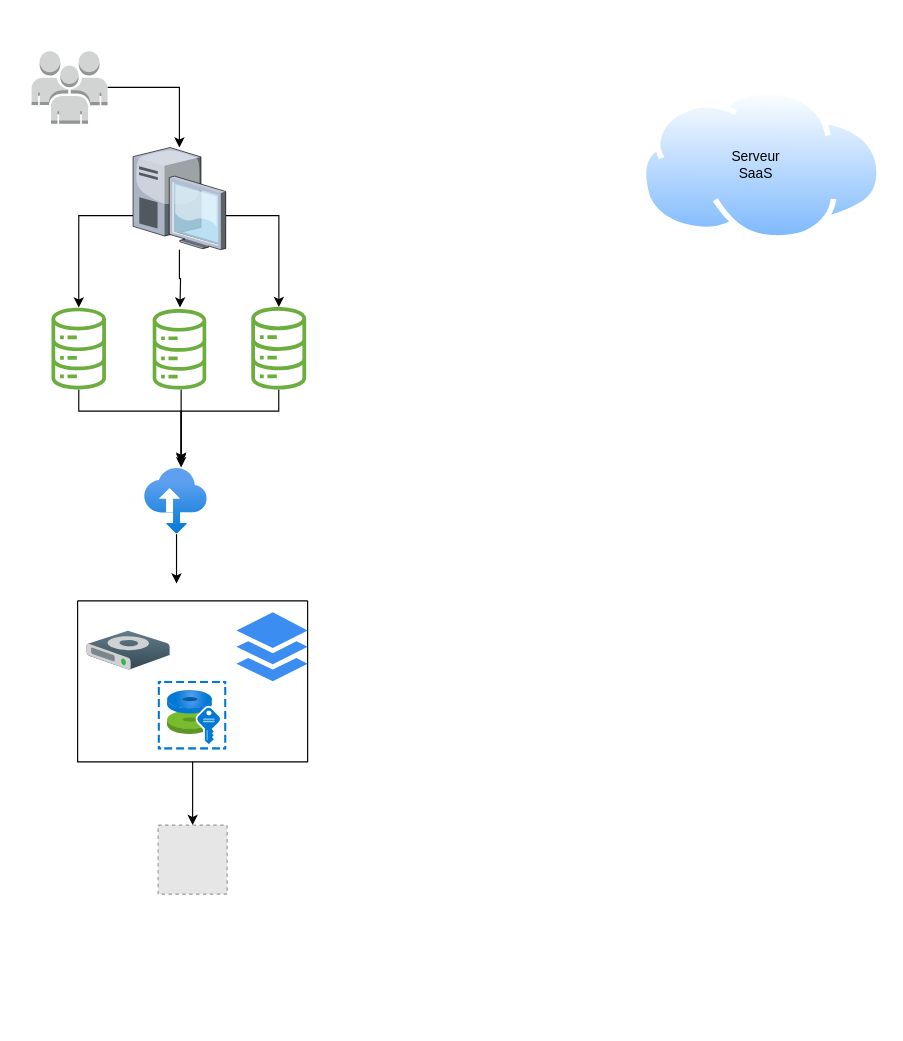
amalgum/swagger-ui keeps this draw.io diagram as Untitled Diagram.drawio. Above is the earlier version. Source tidied: cells renumbered, new cells numbered last; positions are measured from the earlier drawing's top-left corner, leaving out a move shared by most shapes. Both pictures are drawn from the tidied source at 115%, with x=0, y=0 at pixel (31, 51). Pictures stored in the file or linked from it are replaced by grey dashed boxes.
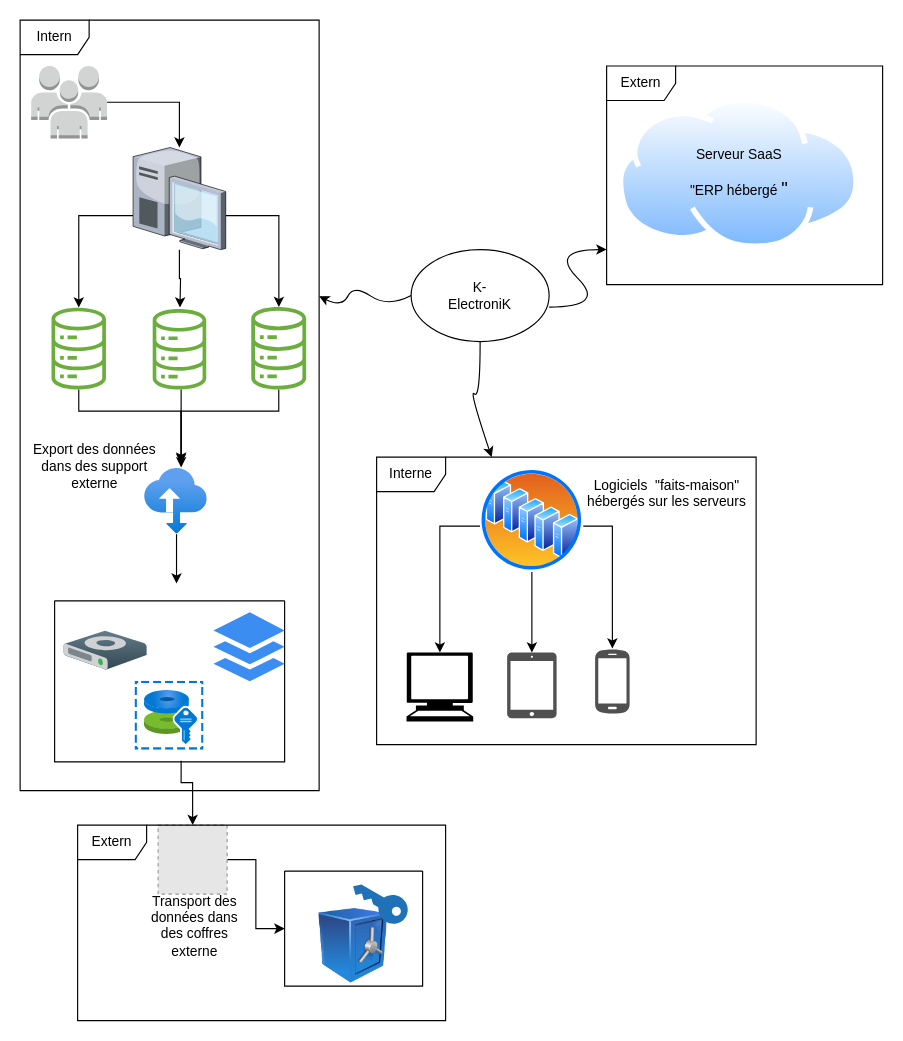
After the change.

The change refers to these unchanged cells:
```xml
<mxCell id="23" style="fillColor=#E6E6E6;strokeColor=#999999;dashed=1;html=1;verticalAlign=top;verticalLabelPosition=bottom;labelBackgroundColor=#ffffff;" parent="1" vertex="1">
  <mxGeometry x="110" y="673" width="60" height="60" as="geometry" />
</mxCell>
```

What changed in the source:
```diff
@@
     <mxCell id="3" style="outlineConnect=0;dashed=0;verticalLabelPosition=bottom;verticalAlign=top;align=center;html=1;shape=mxgraph.aws3.users;fillColor=#D2D3D3;gradientColor=none;" parent="1" vertex="1">
-      <mxGeometry width="66" height="63" as="geometry" />
+      <mxGeometry x="-0.4" y="12.9" width="66" height="63" as="geometry" />
     </mxCell>
@@
     <mxCell id="16" style="perimeter=ellipsePerimeter;html=1;align=center;shadow=0;dashed=0;spacingTop=3;image;image=img/lib/active_directory/internet_cloud.svg;" parent="1" vertex="1">
-      <mxGeometry x="530" y="33" width="210" height="132.3" as="geometry" />
+      <mxGeometry x="510" y="40.2" width="210" height="132.3" as="geometry" />
     </mxCell>
-    <mxCell id="17" value="Serveur SaaS" style="text;html=1;strokeColor=none;fillColor=none;align=center;verticalAlign=middle;whiteSpace=wrap;rounded=0;" parent="1" vertex="1">
-      <mxGeometry x="600" y="83.8" width="60" height="30" as="geometry" />
+    <mxCell id="17" value="&lt;div&gt;Serveur SaaS&lt;/div&gt;&lt;div&gt;&lt;br&gt;&lt;/div&gt;&lt;div&gt;&quot;ERP hébergé &lt;b style=&quot;font-weight: normal&quot; id=&quot;docs-internal-guid-63392330-7fff-db6f-d3ec-9d7ada13f3ff&quot;&gt;&lt;span style=&quot;font-size: 12pt ; font-family: &amp;#34;arial&amp;#34; ; color: rgb(0 , 0 , 0) ; background-color: transparent ; font-weight: 400 ; font-style: normal ; font-variant: normal ; text-decoration: none ; vertical-align: baseline&quot;&gt;&quot; &lt;/span&gt;&lt;/b&gt; &lt;/div&gt;" style="text;html=1;strokeColor=none;fillColor=none;align=center;verticalAlign=middle;whiteSpace=wrap;rounded=0;" parent="1" vertex="1">
+      <mxGeometry x="567.5" y="91.3" width="95" height="30" as="geometry" />
     </mxCell>
-    <mxCell id="18" style="edgeStyle=orthogonalEdgeStyle;rounded=0;jettySize=auto;html=1;" parent="1" edge="1" source="19" target="23">
-      <mxGeometry relative="1" as="geometry" />
+    <mxCell id="18" style="edgeStyle=orthogonalEdgeStyle;rounded=0;jettySize=auto;html=1;exitX=0.55;exitY=0.993;exitDx=0;exitDy=0;exitPerimeter=0;" parent="1" edge="1" source="19">
+      <mxGeometry relative="1" as="geometry">
+        <mxPoint x="140" y="673" as="targetPoint" />
+        <Array as="points">
+          <mxPoint x="130" y="636" />
+          <mxPoint x="140" y="636" />
+        </Array>
+      </mxGeometry>
     </mxCell>
     <mxCell id="19" style="swimlane;startSize=0;" parent="1" vertex="1">
-      <mxGeometry x="40" y="478" width="200" height="140" as="geometry" />
+      <mxGeometry x="20" y="478" width="200" height="140" as="geometry" />
     </mxCell>
@@
+    <mxCell id="24" style="edgeStyle=orthogonalEdgeStyle;rounded=0;jettySize=auto;html=1;" parent="1" edge="1" source="23" target="25">
+      <mxGeometry relative="1" as="geometry" />
+    </mxCell>
@@
+    <mxCell id="25" style="swimlane;startSize=0;" parent="1" vertex="1">
+      <mxGeometry x="220" y="713" width="120" height="100" as="geometry" />
+    </mxCell>
+    <mxCell id="26" style="image;html=1;image=img/lib/clip_art/finance/Safe_128x128.png;" parent="25" vertex="1">
+      <mxGeometry x="30" y="30" width="60" height="70" as="geometry" />
+    </mxCell>
+    <mxCell id="27" style="sketch=0;shadow=0;dashed=0;html=1;strokeColor=none;labelPosition=center;verticalLabelPosition=bottom;verticalAlign=top;align=center;shape=mxgraph.office.security.key_permissions;fillColor=#2072B8;rotation=120;" parent="25" vertex="1">
+      <mxGeometry x="70" width="25" height="53" as="geometry" />
+    </mxCell>
+    <mxCell id="28" style="ellipse;whiteSpace=wrap;html=1;" parent="1" vertex="1">
+      <mxGeometry x="330" y="172.5" width="120" height="80" as="geometry" />
+    </mxCell>
+    <mxCell id="29" value="K-ElectroniK" style="text;html=1;strokeColor=none;fillColor=none;align=center;verticalAlign=middle;whiteSpace=wrap;rounded=0;" parent="1" vertex="1">
+      <mxGeometry x="360" y="198" width="60" height="30" as="geometry" />
+    </mxCell>
+    <mxCell id="30" style="curved=1;endArrow=classic;html=1;rounded=0;exitX=0;exitY=0.5;exitDx=0;exitDy=0;" parent="1" edge="1" source="28">
+      <mxGeometry relative="1" as="geometry">
+        <mxPoint x="250" y="213" as="targetPoint" />
+        <Array as="points">
+          <mxPoint x="310" y="223" />
+          <mxPoint x="280" y="203" />
+          <mxPoint x="270" y="223" />
+        </Array>
+      </mxGeometry>
+    </mxCell>
+    <mxCell id="31" style="curved=1;endArrow=classic;html=1;rounded=0;" parent="1" edge="1">
+      <mxGeometry relative="1" as="geometry">
+        <mxPoint x="450" y="222.5" as="sourcePoint" />
+        <mxPoint x="500" y="172.5" as="targetPoint" />
+        <Array as="points">
+          <mxPoint x="500" y="222.5" />
+          <mxPoint x="450" y="172.5" />
+        </Array>
+      </mxGeometry>
+    </mxCell>
+    <mxCell id="32" style="curved=1;endArrow=classic;html=1;rounded=0;exitX=0.5;exitY=1;exitDx=0;exitDy=0;" parent="1" edge="1" source="28">
+      <mxGeometry relative="1" as="geometry">
+        <mxPoint x="400" y="353" as="targetPoint" />
+        <Array as="points">
+          <mxPoint x="390" y="303" />
+          <mxPoint x="380" y="293" />
+        </Array>
+      </mxGeometry>
+    </mxCell>
+    <mxCell id="33" style="edgeStyle=orthogonalEdgeStyle;rounded=0;jettySize=auto;html=1;" parent="1" edge="1" source="36" target="37">
+      <mxGeometry relative="1" as="geometry">
+        <Array as="points">
+          <mxPoint x="435" y="503" />
+          <mxPoint x="435" y="503" />
+        </Array>
+      </mxGeometry>
+    </mxCell>
+    <mxCell id="34" style="edgeStyle=orthogonalEdgeStyle;rounded=0;jettySize=auto;html=1;" parent="1" edge="1" source="36" target="38">
+      <mxGeometry relative="1" as="geometry">
+        <Array as="points">
+          <mxPoint x="505" y="413" />
+        </Array>
+      </mxGeometry>
+    </mxCell>
+    <mxCell id="35" style="edgeStyle=orthogonalEdgeStyle;rounded=0;jettySize=auto;html=1;entryX=0.5;entryY=0;entryDx=0;entryDy=0;entryPerimeter=0;" parent="1" edge="1" source="36" target="39">
+      <mxGeometry relative="1" as="geometry">
+        <Array as="points">
+          <mxPoint x="355" y="413" />
+        </Array>
+      </mxGeometry>
+    </mxCell>
+    <mxCell id="36" style="perimeter=ellipsePerimeter;html=1;align=center;shadow=0;dashed=0;spacingTop=3;image;image=img/lib/active_directory/server_farm.svg;" parent="1" vertex="1">
+      <mxGeometry x="390" y="363" width="90" height="90" as="geometry" />
+    </mxCell>
+    <mxCell id="37" style="sketch=0;shadow=0;dashed=0;html=1;strokeColor=none;fillColor=#505050;labelPosition=center;verticalLabelPosition=bottom;verticalAlign=top;outlineConnect=0;align=center;shape=mxgraph.office.devices.ipad_mini;" parent="1" vertex="1">
+      <mxGeometry x="413.5" y="523" width="43" height="57" as="geometry" />
+    </mxCell>
+    <mxCell id="38" style="sketch=0;shadow=0;dashed=0;html=1;strokeColor=none;fillColor=#505050;labelPosition=center;verticalLabelPosition=bottom;verticalAlign=top;outlineConnect=0;align=center;shape=mxgraph.office.devices.cell_phone_android_standalone;" parent="1" vertex="1">
+      <mxGeometry x="490" y="519.5" width="30" height="57" as="geometry" />
+    </mxCell>
+    <mxCell id="39" style="shape=mxgraph.signs.tech.computer;html=1;fillColor=#000000;strokeColor=none;verticalLabelPosition=bottom;verticalAlign=top;align=center;" parent="1" vertex="1">
+      <mxGeometry x="326" y="523" width="58" height="60" as="geometry" />
+    </mxCell>
+    <mxCell id="40" value="&lt;div&gt;Logiciels&amp;nbsp; &quot;faits-maison&quot; hébergés sur les serveurs&lt;/div&gt;&lt;div&gt;&amp;nbsp; &lt;/div&gt;" style="text;html=1;strokeColor=none;fillColor=none;align=center;verticalAlign=middle;whiteSpace=wrap;rounded=0;" parent="1" vertex="1">
+      <mxGeometry x="480" y="376.5" width="145" height="30" as="geometry" />
+    </mxCell>
+    <mxCell id="41" value="&lt;div&gt;Export des données dans des support externe&lt;/div&gt;&lt;div&gt;&lt;br&gt;&lt;/div&gt;&lt;div&gt;&lt;b style=&quot;font-weight: normal&quot; id=&quot;docs-internal-guid-5336af25-7fff-2ba1-1f66-0e3e85a5a399&quot;&gt;&lt;span style=&quot;font-size: 12pt ; font-family: &amp;#34;arial&amp;#34; ; color: rgb(0 , 0 , 0) ; background-color: transparent ; font-weight: 400 ; font-style: normal ; font-variant: normal ; text-decoration: none ; vertical-align: baseline&quot;&gt;&lt;br&gt;&lt;/span&gt;&lt;/b&gt;&lt;/div&gt;" style="text;html=1;strokeColor=none;fillColor=none;align=center;verticalAlign=middle;whiteSpace=wrap;rounded=0;" parent="1" vertex="1">
+      <mxGeometry x="-10" y="363" width="130" height="30" as="geometry" />
+    </mxCell>
+    <mxCell id="42" value="&lt;div&gt;Transport des données dans des coffres externe&lt;/div&gt;&lt;div&gt;&lt;br&gt;&lt;/div&gt;" style="text;html=1;strokeColor=none;fillColor=none;align=center;verticalAlign=middle;whiteSpace=wrap;rounded=0;" parent="1" vertex="1">
+      <mxGeometry x="98.3" y="753" width="88" height="30" as="geometry" />
+    </mxCell>
+    <mxCell id="43" value="Extern" style="shape=umlFrame;whiteSpace=wrap;html=1;" parent="1" vertex="1">
+      <mxGeometry x="500" y="12.9" width="240" height="190.1" as="geometry" />
+    </mxCell>
+    <mxCell id="44" value="Interne" style="shape=umlFrame;whiteSpace=wrap;html=1;" parent="1" vertex="1">
+      <mxGeometry x="300" y="353" width="330" height="250" as="geometry" />
+    </mxCell>
+    <mxCell id="45" value="Extern" style="shape=umlFrame;whiteSpace=wrap;html=1;" parent="1" vertex="1">
+      <mxGeometry x="40" y="673" width="320" height="170" as="geometry" />
+    </mxCell>
+    <mxCell id="46" value="Intern" style="shape=umlFrame;whiteSpace=wrap;html=1;" parent="1" vertex="1">
+      <mxGeometry x="-10" y="-27" width="260" height="670" as="geometry" />
+    </mxCell>
```
